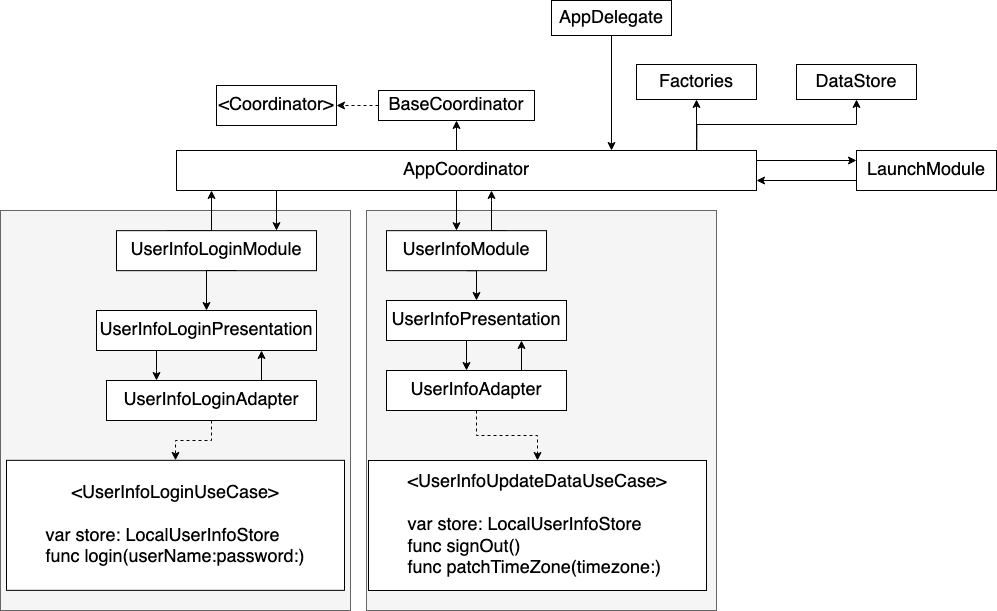
Before: Noodoe.png, a diagram exported from draw.io (jack45j/NoodoeInterview). Source tidied: cells renumbered, new cells last; positions are measured from the earlier drawing's top-left corner, leaving out a move shared by most shapes. Source of this version:
```xml
<mxGraphModel>
  <root>
    <mxCell id="0" />
    <mxCell id="1" parent="0" />
    <mxCell id="2" style="whiteSpace=wrap;html=1;fillColor=#f5f5f5;fontColor=#333333;strokeColor=#666666;" parent="1" vertex="1">
      <mxGeometry y="210" width="350" height="400" as="geometry" />
    </mxCell>
    <mxCell id="3" style="whiteSpace=wrap;html=1;fillColor=#f5f5f5;fontColor=#333333;strokeColor=#666666;" parent="1" vertex="1">
      <mxGeometry x="366" y="210" width="350" height="400" as="geometry" />
    </mxCell>
    <mxCell id="4" value="&amp;lt;Coordinator&amp;gt;" style="whiteSpace=wrap;html=1;" parent="1" vertex="1">
      <mxGeometry x="216" y="85" width="120" height="40" as="geometry" />
    </mxCell>
    <mxCell id="5" style="edgeStyle=orthogonalEdgeStyle;rounded=0;jettySize=auto;html=1;exitX=0.5;exitY=0;exitDx=0;exitDy=0;entryX=0.5;entryY=1;entryDx=0;entryDy=0;" parent="1" edge="1" source="9" target="11">
      <mxGeometry relative="1" as="geometry" />
    </mxCell>
    <mxCell id="6" style="edgeStyle=orthogonalEdgeStyle;rounded=0;jettySize=auto;html=1;" parent="1" edge="1" source="9" target="23">
      <mxGeometry relative="1" as="geometry">
        <Array as="points">
          <mxPoint x="696" y="140" />
          <mxPoint x="696" y="140" />
        </Array>
      </mxGeometry>
    </mxCell>
    <mxCell id="7" style="edgeStyle=orthogonalEdgeStyle;rounded=0;jettySize=auto;html=1;exitX=1;exitY=0.25;exitDx=0;exitDy=0;entryX=0;entryY=0.25;entryDx=0;entryDy=0;" parent="1" edge="1" source="9" target="13">
      <mxGeometry relative="1" as="geometry" />
    </mxCell>
    <mxCell id="8" style="edgeStyle=orthogonalEdgeStyle;rounded=0;jettySize=auto;html=1;exitX=0.897;exitY=0.014;exitDx=0;exitDy=0;exitPerimeter=0;" parent="1" edge="1" source="9" target="24">
      <mxGeometry relative="1" as="geometry">
        <Array as="points">
          <mxPoint x="696" y="124" />
          <mxPoint x="856" y="124" />
        </Array>
      </mxGeometry>
    </mxCell>
    <mxCell id="9" value="AppCoordinator" style="whiteSpace=wrap;html=1;" parent="1" vertex="1">
      <mxGeometry x="176" y="150" width="580" height="40" as="geometry" />
    </mxCell>
    <mxCell id="10" style="edgeStyle=orthogonalEdgeStyle;rounded=0;jettySize=auto;html=1;dashed=1;" parent="1" edge="1" source="11" target="4">
      <mxGeometry relative="1" as="geometry" />
    </mxCell>
    <mxCell id="11" value="BaseCoordinator" style="whiteSpace=wrap;html=1;" parent="1" vertex="1">
      <mxGeometry x="378" y="90" width="156" height="30" as="geometry" />
    </mxCell>
    <mxCell id="12" style="edgeStyle=orthogonalEdgeStyle;rounded=0;jettySize=auto;html=1;exitX=0;exitY=0.75;exitDx=0;exitDy=0;entryX=1;entryY=0.75;entryDx=0;entryDy=0;" parent="1" edge="1" source="13" target="9">
      <mxGeometry relative="1" as="geometry" />
    </mxCell>
    <mxCell id="13" value="LaunchModule" style="whiteSpace=wrap;html=1;" parent="1" vertex="1">
      <mxGeometry x="856" y="150" width="140" height="40" as="geometry" />
    </mxCell>
    <mxCell id="14" style="edgeStyle=orthogonalEdgeStyle;rounded=0;jettySize=auto;html=1;" parent="1" edge="1" target="17">
      <mxGeometry relative="1" as="geometry">
        <mxPoint x="456" y="190" as="sourcePoint" />
        <Array as="points">
          <mxPoint x="456" y="190" />
        </Array>
      </mxGeometry>
    </mxCell>
    <mxCell id="15" style="edgeStyle=orthogonalEdgeStyle;rounded=0;jettySize=auto;html=1;exitX=0.5;exitY=1;exitDx=0;exitDy=0;entryX=0.5;entryY=0;entryDx=0;entryDy=0;" parent="1" edge="1" source="17" target="26">
      <mxGeometry relative="1" as="geometry" />
    </mxCell>
    <mxCell id="16" style="edgeStyle=orthogonalEdgeStyle;rounded=0;jettySize=auto;html=1;exitX=0.75;exitY=0;exitDx=0;exitDy=0;" parent="1" edge="1" source="17" target="9">
      <mxGeometry relative="1" as="geometry">
        <Array as="points">
          <mxPoint x="491" y="200" />
          <mxPoint x="491" y="200" />
        </Array>
      </mxGeometry>
    </mxCell>
    <mxCell id="17" value="UserInfoModule" style="whiteSpace=wrap;html=1;" parent="1" vertex="1">
      <mxGeometry x="386" y="230.2" width="160" height="40" as="geometry" />
    </mxCell>
    <mxCell id="18" style="edgeStyle=orthogonalEdgeStyle;rounded=0;jettySize=auto;html=1;" parent="1" edge="1" target="20">
      <mxGeometry relative="1" as="geometry">
        <mxPoint x="276" y="190.2" as="sourcePoint" />
        <Array as="points">
          <mxPoint x="276" y="210.2" />
          <mxPoint x="276" y="210.2" />
        </Array>
      </mxGeometry>
    </mxCell>
    <mxCell id="19" style="edgeStyle=orthogonalEdgeStyle;rounded=0;jettySize=auto;html=1;exitX=0.25;exitY=0;exitDx=0;exitDy=0;entryX=0.819;entryY=0.996;entryDx=0;entryDy=0;entryPerimeter=0;" parent="1" edge="1" source="20">
      <mxGeometry relative="1" as="geometry">
        <mxPoint x="211" y="190" as="targetPoint" />
        <Array as="points">
          <mxPoint x="211" y="230" />
        </Array>
      </mxGeometry>
    </mxCell>
    <mxCell id="20" value="UserInfoLoginModule" style="whiteSpace=wrap;html=1;" parent="1" vertex="1">
      <mxGeometry x="116" y="230.2" width="200" height="40" as="geometry" />
    </mxCell>
    <mxCell id="21" style="edgeStyle=orthogonalEdgeStyle;rounded=0;jettySize=auto;html=1;exitX=0.5;exitY=1;exitDx=0;exitDy=0;entryX=0.75;entryY=0;entryDx=0;entryDy=0;" parent="1" edge="1" source="22" target="9">
      <mxGeometry relative="1" as="geometry" />
    </mxCell>
    <mxCell id="22" value="AppDelegate" style="whiteSpace=wrap;html=1;" parent="1" vertex="1">
      <mxGeometry x="551" width="120" height="35" as="geometry" />
    </mxCell>
    <mxCell id="23" value="Factories" style="whiteSpace=wrap;html=1;" parent="1" vertex="1">
      <mxGeometry x="636" y="64" width="120" height="35" as="geometry" />
    </mxCell>
    <mxCell id="24" value="DataStore" style="whiteSpace=wrap;html=1;" parent="1" vertex="1">
      <mxGeometry x="796" y="64" width="120" height="35" as="geometry" />
    </mxCell>
    <mxCell id="25" style="edgeStyle=orthogonalEdgeStyle;rounded=0;jettySize=auto;html=1;" parent="1" edge="1" source="26" target="29">
      <mxGeometry relative="1" as="geometry">
        <Array as="points">
          <mxPoint x="466" y="360" />
          <mxPoint x="466" y="360" />
        </Array>
      </mxGeometry>
    </mxCell>
    <mxCell id="26" value="UserInfoPresentation" style="whiteSpace=wrap;html=1;" parent="1" vertex="1">
      <mxGeometry x="386" y="300" width="180" height="40" as="geometry" />
    </mxCell>
    <mxCell id="27" style="edgeStyle=orthogonalEdgeStyle;rounded=0;jettySize=auto;html=1;entryX=0.5;entryY=0;entryDx=0;entryDy=0;dashed=1;" parent="1" edge="1" source="29" target="30">
      <mxGeometry relative="1" as="geometry" />
    </mxCell>
    <mxCell id="28" style="edgeStyle=orthogonalEdgeStyle;rounded=0;jettySize=auto;html=1;exitX=0.75;exitY=0;exitDx=0;exitDy=0;entryX=0.75;entryY=1;entryDx=0;entryDy=0;" parent="1" edge="1" source="29" target="26">
      <mxGeometry relative="1" as="geometry" />
    </mxCell>
    <mxCell id="29" value="UserInfoAdapter" style="whiteSpace=wrap;html=1;" parent="1" vertex="1">
      <mxGeometry x="386" y="370" width="180" height="40" as="geometry" />
    </mxCell>
    <mxCell id="30" value="&lt;div&gt;&amp;lt;UserInfoUpdateDataUseCase&amp;gt;&lt;/div&gt;&lt;div&gt;&lt;br&gt;&lt;/div&gt;&lt;div align=&quot;left&quot;&gt;&lt;div&gt;var store: LocalUserInfoStore&lt;br&gt;&lt;/div&gt;func signOut()&lt;br&gt;func patchTimeZone(timezone:)&lt;br&gt;&lt;/div&gt;" style="whiteSpace=wrap;html=1;" parent="1" vertex="1">
      <mxGeometry x="368" y="460" width="338" height="130" as="geometry" />
    </mxCell>
    <mxCell id="31" style="edgeStyle=orthogonalEdgeStyle;rounded=0;jettySize=auto;html=1;entryX=0.5;entryY=0;entryDx=0;entryDy=0;" parent="1" edge="1" target="33">
      <mxGeometry relative="1" as="geometry">
        <mxPoint x="236" y="270" as="sourcePoint" />
        <Array as="points">
          <mxPoint x="206" y="270" />
        </Array>
      </mxGeometry>
    </mxCell>
    <mxCell id="32" style="edgeStyle=orthogonalEdgeStyle;rounded=0;jettySize=auto;html=1;" parent="1" edge="1" source="33" target="36">
      <mxGeometry relative="1" as="geometry">
        <Array as="points">
          <mxPoint x="156" y="370" />
          <mxPoint x="156" y="370" />
        </Array>
      </mxGeometry>
    </mxCell>
    <mxCell id="33" value="UserInfoLoginPresentation" style="whiteSpace=wrap;html=1;" parent="1" vertex="1">
      <mxGeometry x="96" y="310" width="220" height="40" as="geometry" />
    </mxCell>
    <mxCell id="34" style="edgeStyle=orthogonalEdgeStyle;rounded=0;jettySize=auto;html=1;dashed=1;" parent="1" edge="1" source="36" target="37">
      <mxGeometry relative="1" as="geometry" />
    </mxCell>
    <mxCell id="35" style="edgeStyle=orthogonalEdgeStyle;rounded=0;jettySize=auto;html=1;exitX=0.75;exitY=0;exitDx=0;exitDy=0;entryX=0.75;entryY=1;entryDx=0;entryDy=0;" parent="1" edge="1" source="36" target="33">
      <mxGeometry relative="1" as="geometry" />
    </mxCell>
    <mxCell id="36" value="UserInfoLoginAdapter" style="whiteSpace=wrap;html=1;" parent="1" vertex="1">
      <mxGeometry x="106" y="380" width="210" height="40" as="geometry" />
    </mxCell>
    <mxCell id="37" value="&lt;div&gt;&amp;lt;UserInfoLoginUseCase&amp;gt;&lt;/div&gt;&lt;div&gt;&lt;br&gt;&lt;/div&gt;&lt;div align=&quot;left&quot;&gt;var store: LocalUserInfoStore&lt;br&gt;func login(userName:password:)&lt;br&gt;&lt;/div&gt;" style="whiteSpace=wrap;html=1;" parent="1" vertex="1">
      <mxGeometry x="6" y="459.8" width="338" height="130" as="geometry" />
    </mxCell>
  </root>
</mxGraphModel>
```
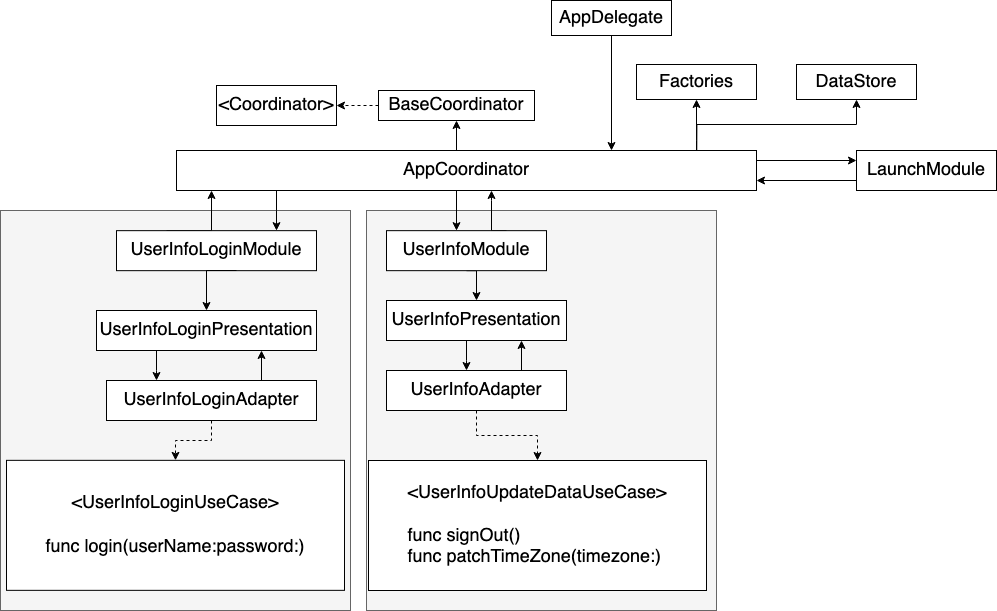
After the commit.

Diff of the diagram source:
```diff
@@ -122,7 +122,7 @@
     <mxCell id="29" value="UserInfoAdapter" style="whiteSpace=wrap;html=1;" parent="1" vertex="1">
       <mxGeometry x="386" y="370" width="180" height="40" as="geometry" />
     </mxCell>
-    <mxCell id="30" value="&lt;div&gt;&amp;lt;UserInfoUpdateDataUseCase&amp;gt;&lt;/div&gt;&lt;div&gt;&lt;br&gt;&lt;/div&gt;&lt;div align=&quot;left&quot;&gt;&lt;div&gt;var store: LocalUserInfoStore&lt;br&gt;&lt;/div&gt;func signOut()&lt;br&gt;func patchTimeZone(timezone:)&lt;br&gt;&lt;/div&gt;" style="whiteSpace=wrap;html=1;" parent="1" vertex="1">
+    <mxCell id="30" value="&lt;div&gt;&amp;lt;UserInfoUpdateDataUseCase&amp;gt;&lt;/div&gt;&lt;div&gt;&lt;br&gt;&lt;/div&gt;&lt;div align=&quot;left&quot;&gt;func signOut()&lt;br&gt;func patchTimeZone(timezone:)&lt;br&gt;&lt;/div&gt;" style="whiteSpace=wrap;html=1;" parent="1" vertex="1">
       <mxGeometry x="368" y="460" width="338" height="130" as="geometry" />
     </mxCell>
     <mxCell id="31" style="edgeStyle=orthogonalEdgeStyle;rounded=0;jettySize=auto;html=1;entryX=0.5;entryY=0;entryDx=0;entryDy=0;" parent="1" edge="1" target="33">
@@ -153,7 +153,7 @@
     <mxCell id="36" value="UserInfoLoginAdapter" style="whiteSpace=wrap;html=1;" parent="1" vertex="1">
       <mxGeometry x="106" y="380" width="210" height="40" as="geometry" />
     </mxCell>
-    <mxCell id="37" value="&lt;div&gt;&amp;lt;UserInfoLoginUseCase&amp;gt;&lt;/div&gt;&lt;div&gt;&lt;br&gt;&lt;/div&gt;&lt;div align=&quot;left&quot;&gt;var store: LocalUserInfoStore&lt;br&gt;func login(userName:password:)&lt;br&gt;&lt;/div&gt;" style="whiteSpace=wrap;html=1;" parent="1" vertex="1">
+    <mxCell id="37" value="&lt;div&gt;&amp;lt;UserInfoLoginUseCase&amp;gt;&lt;/div&gt;&lt;div align=&quot;left&quot;&gt;&lt;br&gt;func login(userName:password:)&lt;br&gt;&lt;/div&gt;" style="whiteSpace=wrap;html=1;" parent="1" vertex="1">
       <mxGeometry x="6" y="459.8" width="338" height="130" as="geometry" />
     </mxCell>
   </root>
```
